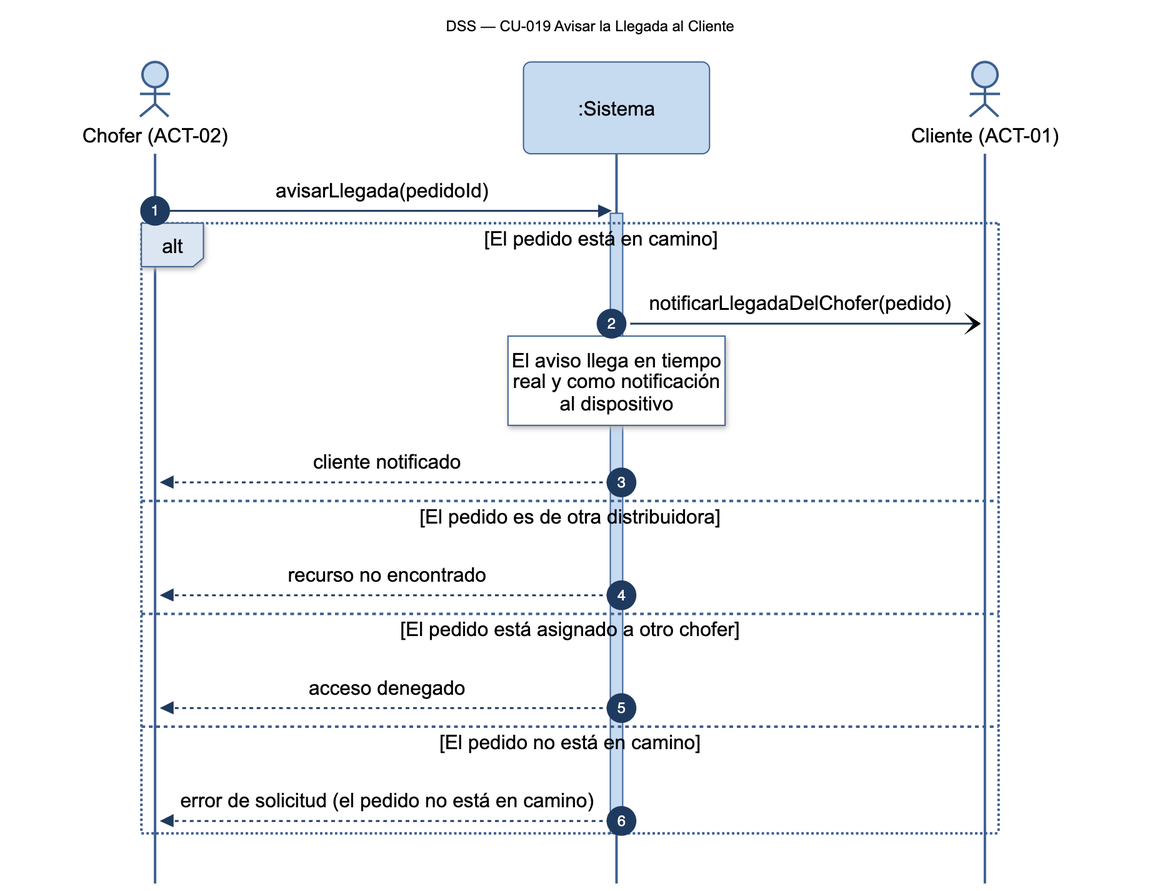
This is diagramas/png/DSS_CU-019_Avisar-la-Llegada-al-Cliente.png from Nahuelito-Dev/splg-docs, a Mermaid export, as it was before one commit. Its source is kept beside it as diagramas/DSS_CU-019_Avisar-la-Llegada-al-Cliente.mmd.
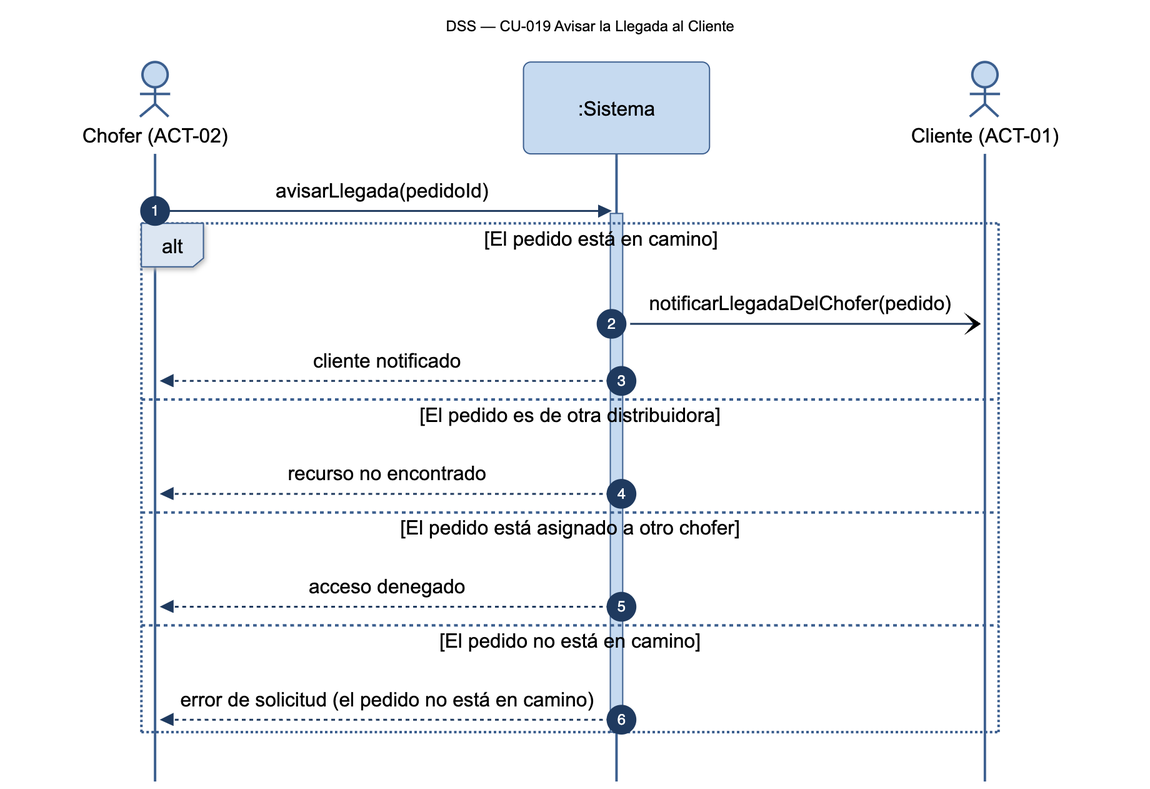
Later version of the same file.

Change to the diagram source:
```diff
@@ -9,7 +9,6 @@
     activate SIS
     alt El pedido está en camino
         SIS-)CLI: notificarLlegadaDelChofer(pedido)
-        Note over SIS: El aviso llega en tiempo<br/>real y como notificación<br/>al dispositivo
         SIS-->>CHO: cliente notificado
     else El pedido es de otra distribuidora
         SIS-->>CHO: recurso no encontrado
```
